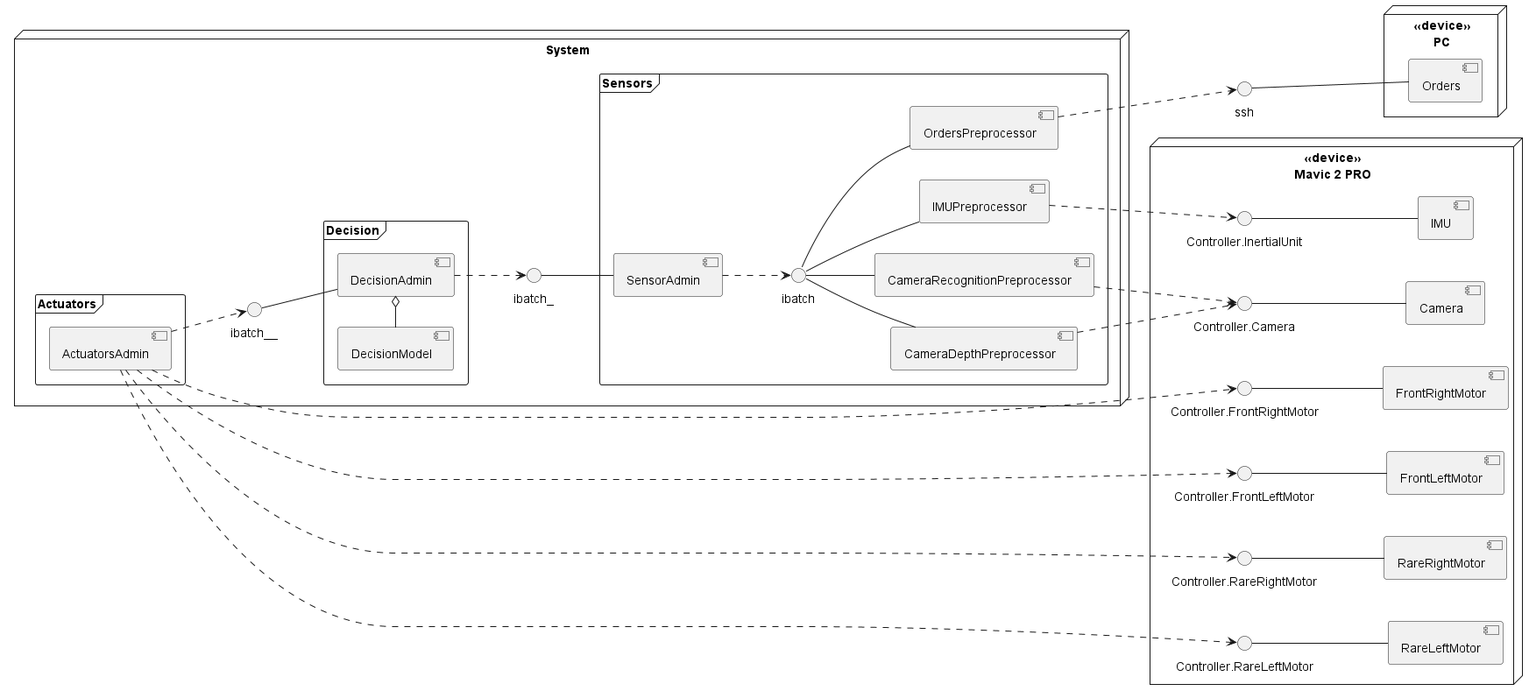
This is Diagrams/Component_Diagram.png from Esk1z0/my_webots_project, a PlantUML export, as it was before one commit. Source of this version:
```plantuml
@startuml

left to right direction





node "<<device>>\nPC"{
    [Orders]
}
    [Orders] -up- ssh

node "System"{

    frame "Sensors"{
        top to bottom direction
        [OrdersPreprocessor]
        [CameraDepthPreprocessor]
        [CameraDepthPreprocessor]
        [CameraRecognitionPreprocessor]
        [IMUPreprocessor]
        [SensorAdmin]

        [CameraRecognitionPreprocessor] -up- ibatch
        [CameraDepthPreprocessor] -up- ibatch
        [IMUPreprocessor] -up- ibatch
        [OrdersPreprocessor] -up- ibatch
        [SensorAdmin] .down.> ibatch
    }

    [SensorAdmin] -up- ibatch_

    frame "Decision"{
        left to right direction
        [DecisionAdmin]
        [DecisionAdmin] ..> ibatch_
        [DecisionModel] -right-o [DecisionAdmin]
    }

    [DecisionAdmin] -up- ibatch__
    frame "Actuators"{
        [ActuatorsAdmin]
        [ActuatorsAdmin] .down.> ibatch__
    }

}




node  "<<device>>\nMavic 2 PRO"{
    [Camera]
    [IMU]

    [Camera] -up- Controller.Camera
    [IMU] -up- Controller.InertialUnit

}

node  "<<device>>\nMavic 2 PRO"{
    [RareLeftMotor]
    [RareRightMotor]
    [FrontLeftMotor]
    [FrontRightMotor]

    [RareLeftMotor] -up- Controller.RareLeftMotor
    [RareRightMotor] -up- Controller.RareRightMotor
    [FrontLeftMotor] -up- Controller.FrontLeftMotor
    [FrontRightMotor] -up- Controller.FrontRightMotor

    [ActuatorsAdmin] ..>   Controller.RareLeftMotor
    [ActuatorsAdmin] ..>  Controller.RareRightMotor
    [ActuatorsAdmin] ..>  Controller.FrontLeftMotor
    [ActuatorsAdmin] ..>  Controller.FrontRightMotor
}


[CameraDepthPreprocessor] ..> Controller.Camera
[CameraRecognitionPreprocessor] ..> Controller.Camera
[IMUPreprocessor] ..> Controller.InertialUnit
[OrdersPreprocessor] ..> ssh




@enduml
```
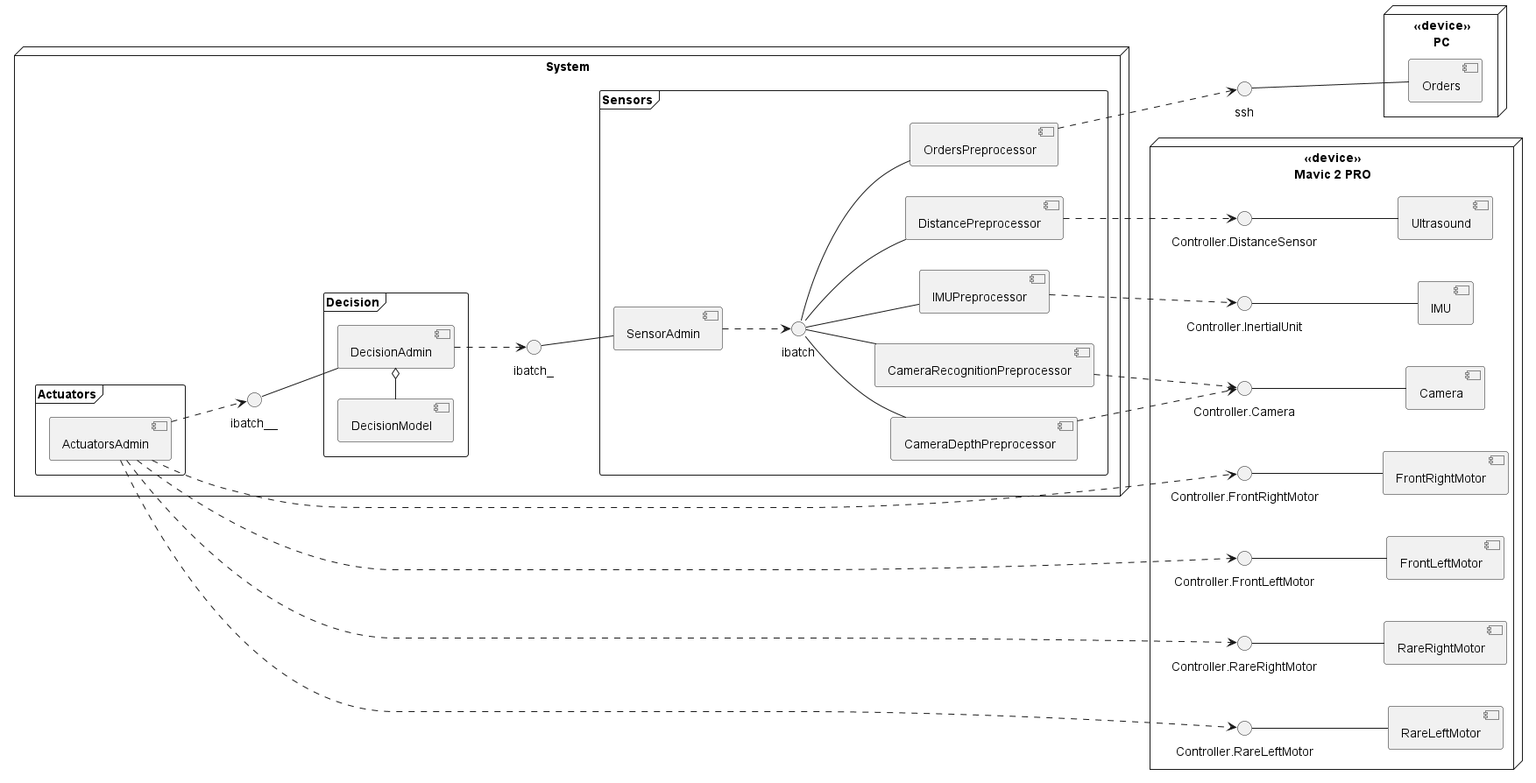
Above is the later version.

Commit message:
changed diagram, added distance sensor, created conatiner for various inputs and refactored enums

Change to the diagram source:
```diff
@@ -20,12 +20,14 @@
         [CameraDepthPreprocessor]
         [CameraRecognitionPreprocessor]
         [IMUPreprocessor]
+        [DistancePreprocessor]
         [SensorAdmin]
 
         [CameraRecognitionPreprocessor] -up- ibatch
         [CameraDepthPreprocessor] -up- ibatch
         [IMUPreprocessor] -up- ibatch
         [OrdersPreprocessor] -up- ibatch
+        [DistancePreprocessor] -up- ibatch
         [SensorAdmin] .down.> ibatch
     }
 
@@ -52,7 +54,9 @@
 node  "<<device>>\nMavic 2 PRO"{
     [Camera]
     [IMU]
+    [Ultrasound]
 
+    [Ultrasound] -up- Controller.DistanceSensor
     [Camera] -up- Controller.Camera
     [IMU] -up- Controller.InertialUnit
 
@@ -79,6 +83,7 @@
 [CameraDepthPreprocessor] ..> Controller.Camera
 [CameraRecognitionPreprocessor] ..> Controller.Camera
 [IMUPreprocessor] ..> Controller.InertialUnit
+[DistancePreprocessor] ..> Controller.DistanceSensor
 [OrdersPreprocessor] ..> ssh
 
 
```
